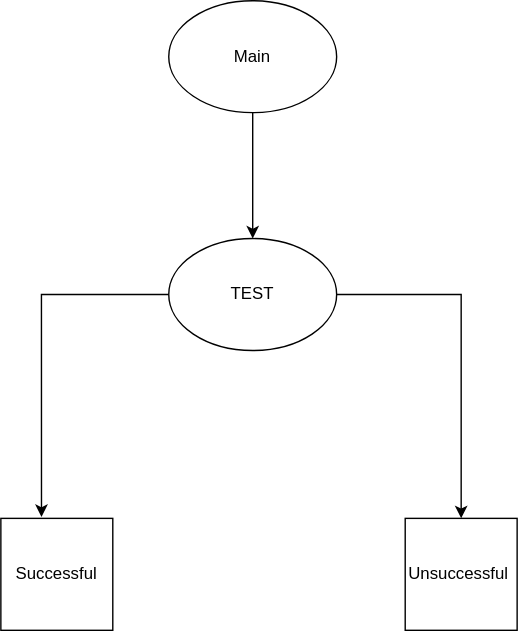
Before: Untitled Diagram.drawio.svg, a diagram exported from draw.io (abhinavrana101/Notes). Source tidied: cells renumbered, new cells last; positions are measured from the earlier drawing's top-left corner, leaving out a move shared by most shapes.
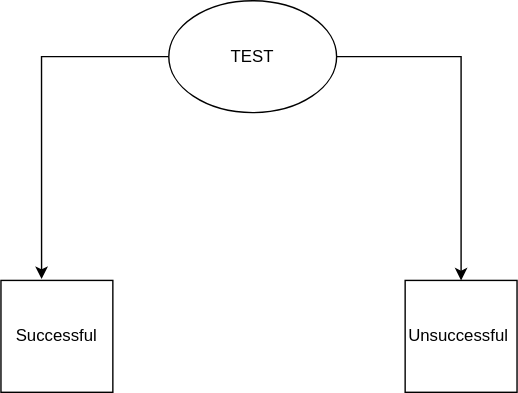
The same file after the commit.

What changed in the source:
```diff
@@ -17,11 +17,5 @@
     <mxCell id="6" value="Unsuccessful&amp;nbsp;" style="whiteSpace=wrap;html=1;" parent="1" vertex="1">
       <mxGeometry x="289" y="370" width="80" height="80" as="geometry" />
     </mxCell>
-    <mxCell id="7" style="edgeStyle=orthogonalEdgeStyle;rounded=0;jettySize=auto;html=1;" parent="1" edge="1" source="8" target="4">
-      <mxGeometry relative="1" as="geometry" />
-    </mxCell>
-    <mxCell id="8" value="Main" style="ellipse;whiteSpace=wrap;html=1;" parent="1" vertex="1">
-      <mxGeometry x="120" width="120" height="80" as="geometry" />
-    </mxCell>
   </root>
 </mxGraphModel>
```
